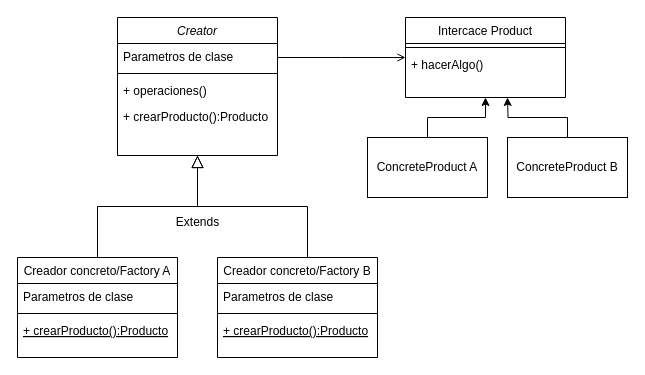
The draw.io diagram Untitled Diagram.drawio in JamiltonQuintero/FactoryMethodExample, before the edit. Source tidied: cells renumbered, new cells numbered last; positions are measured from the earlier drawing's top-left corner, leaving out a move shared by most shapes. Both pictures are drawn from the tidied source at 100%, with x=0, y=0 at pixel (17, 17).
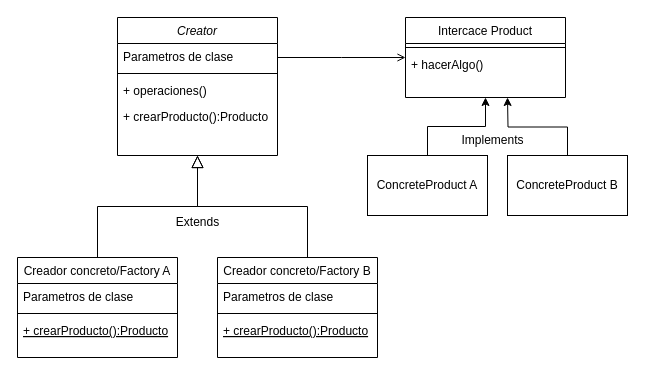
Above is the later version.

What changed in the source:
```diff
@@
     <mxCell id="23" value="ConcreteProduct A" style="whiteSpace=wrap;html=1;" parent="1" vertex="1">
-      <mxGeometry x="350" y="120" width="120" height="60" as="geometry" />
+      <mxGeometry x="350" y="138" width="120" height="60" as="geometry" />
     </mxCell>
@@
     <mxCell id="25" value="ConcreteProduct B" style="whiteSpace=wrap;html=1;" parent="1" vertex="1">
-      <mxGeometry x="490" y="120" width="120" height="60" as="geometry" />
+      <mxGeometry x="490" y="138" width="120" height="60" as="geometry" />
     </mxCell>
+    <mxCell id="26" value="Implements" style="text;html=1;align=center;verticalAlign=middle;strokeColor=none;fillColor=none;" parent="1" vertex="1">
+      <mxGeometry x="430" y="108" width="90" height="30" as="geometry" />
+    </mxCell>
```
